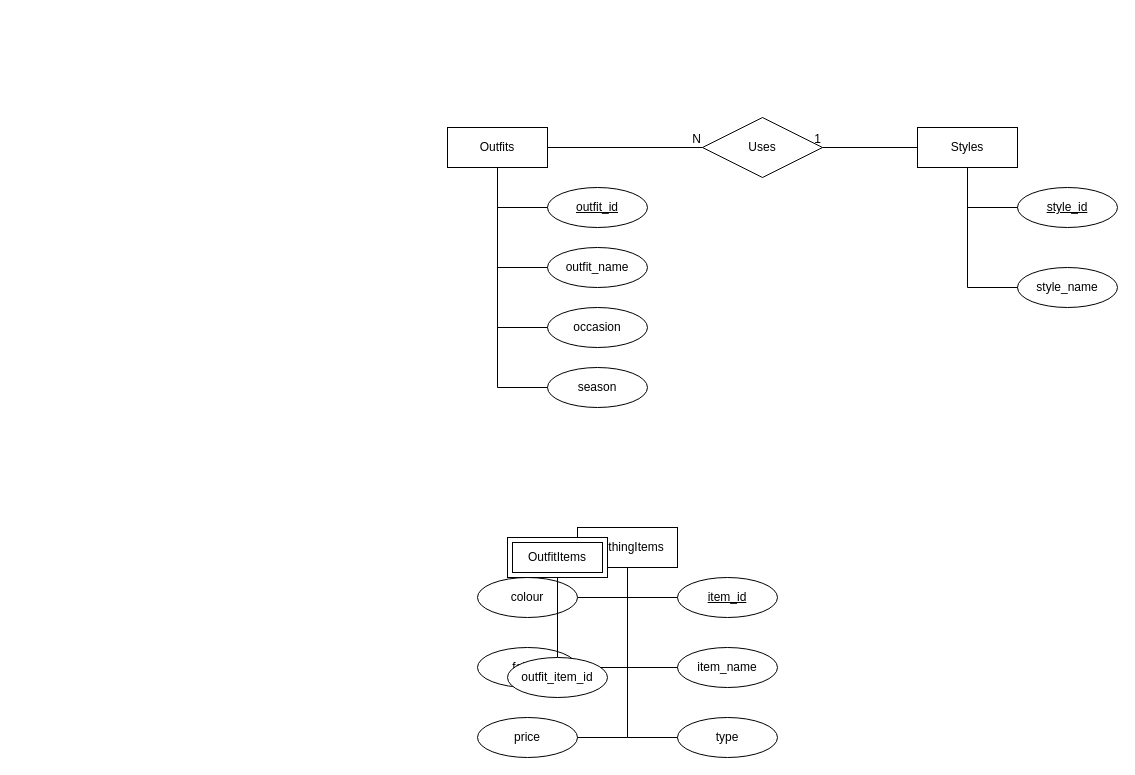
This is Untitled Diagram.drawio from dijalaanita/PYTHON-PROGAMMING, a draw.io file, before an edit. Source tidied: cells renumbered, new cells numbered last; positions are measured from the earlier drawing's top-left corner, leaving out a move shared by most shapes. Both pictures are drawn from the tidied source at 100%, with x=0, y=0 at pixel (447, 117).
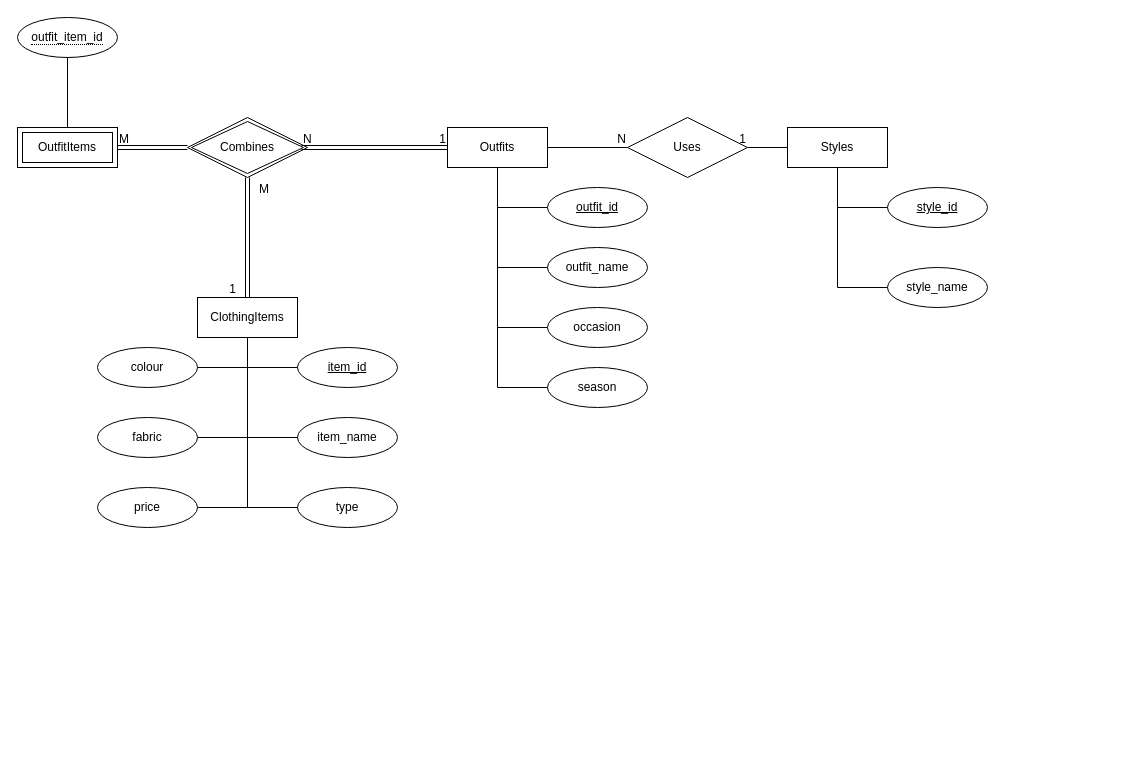
The same diagram, later.

The change refers to these unchanged cells:
```xml
<mxCell id="10" value="Outfits" style="whiteSpace=wrap;html=1;align=center;" parent="9" vertex="1">
  <mxGeometry width="100" height="40" as="geometry" />
</mxCell>
<mxCell id="21" value="ClothingItems" style="whiteSpace=wrap;html=1;align=center;" parent="20" vertex="1">
  <mxGeometry x="100" width="100" height="40" as="geometry" />
</mxCell>
```

Change to the diagram source:
```diff
@@
     <mxCell id="2" style="group;" parent="1" vertex="1">
-      <mxGeometry x="470" y="10" width="200" height="180" as="geometry" />
+      <mxGeometry x="340" y="10" width="200" height="180" as="geometry" />
     </mxCell>
@@
     <mxCell id="20" style="group;" parent="1" vertex="1">
-      <mxGeometry x="30" y="410" width="300" height="230" as="geometry" />
+      <mxGeometry x="-350" y="180" width="300" height="230" as="geometry" />
     </mxCell>
@@
-    <mxCell id="33" style="group;" parent="1" vertex="1">
-      <mxGeometry x="60" y="420" width="100" height="160" as="geometry" />
-    </mxCell>
-    <mxCell id="34" value="OutfitItems" style="shape=ext;margin=3;double=1;whiteSpace=wrap;html=1;align=center;" parent="33" vertex="1">
-      <mxGeometry width="100" height="40" as="geometry" />
-    </mxCell>
-    <mxCell id="35" style="endArrow=none;html=1;rounded=0;exitX=0.5;exitY=1;exitDx=0;exitDy=0;entryX=0.5;entryY=0;entryDx=0;entryDy=0;" parent="33" edge="1" source="34" target="36">
-      <mxGeometry relative="1" as="geometry" />
-    </mxCell>
-    <mxCell id="36" value="outfit_item_id" style="ellipse;whiteSpace=wrap;html=1;align=center;" parent="33" vertex="1">
-      <mxGeometry y="120" width="100" height="40" as="geometry" />
-    </mxCell>
     <mxCell id="37" value="Uses" style="shape=rhombus;perimeter=rhombusPerimeter;whiteSpace=wrap;html=1;align=center;" parent="1" vertex="1">
-      <mxGeometry x="255" width="120" height="60" as="geometry" />
+      <mxGeometry x="180" width="120" height="60" as="geometry" />
     </mxCell>
@@
+    <mxCell id="42" value="Combines" style="shape=rhombus;double=1;perimeter=rhombusPerimeter;whiteSpace=wrap;html=1;align=center;" parent="1" vertex="1">
+      <mxGeometry x="-260" width="120" height="60" as="geometry" />
+    </mxCell>
+    <mxCell id="43" style="shape=link;html=1;rounded=0;exitX=1;exitY=0.5;exitDx=0;exitDy=0;entryX=0;entryY=0.5;entryDx=0;entryDy=0;" parent="1" edge="1" source="34" target="42">
+      <mxGeometry relative="1" as="geometry" />
+    </mxCell>
+    <mxCell id="44" value="M" style="html=1;whiteSpace=wrap;align=left;verticalAlign=bottom;" parent="43" vertex="1">
+      <mxGeometry x="-1" relative="1" as="geometry" />
+    </mxCell>
+    <mxCell id="45" style="shape=link;html=1;rounded=0;exitX=0.95;exitY=0.5;exitDx=0;exitDy=0;exitPerimeter=0;" parent="1" edge="1" source="42" target="10">
+      <mxGeometry relative="1" as="geometry" />
+    </mxCell>
+    <mxCell id="46" value="N" style="html=1;whiteSpace=wrap;align=left;verticalAlign=bottom;" parent="45" vertex="1">
+      <mxGeometry x="-1" relative="1" as="geometry" />
+    </mxCell>
+    <mxCell id="47" value="1" style="html=1;whiteSpace=wrap;align=right;verticalAlign=bottom;" parent="45" vertex="1">
+      <mxGeometry x="1" relative="1" as="geometry" />
+    </mxCell>
+    <mxCell id="48" style="shape=link;html=1;rounded=0;exitX=0.5;exitY=1;exitDx=0;exitDy=0;entryX=0.5;entryY=0;entryDx=0;entryDy=0;" parent="1" edge="1" source="42" target="21">
+      <mxGeometry relative="1" as="geometry" />
+    </mxCell>
+    <mxCell id="49" value="M" style="html=1;whiteSpace=wrap;align=left;verticalAlign=bottom;" parent="48" vertex="1">
+      <mxGeometry x="-1" relative="1" as="geometry">
+        <mxPoint x="10" y="20" as="offset" />
+      </mxGeometry>
+    </mxCell>
+    <mxCell id="50" value="1" style="html=1;whiteSpace=wrap;align=right;verticalAlign=bottom;" parent="48" vertex="1">
+      <mxGeometry x="1" relative="1" as="geometry">
+        <mxPoint x="-10" as="offset" />
+      </mxGeometry>
+    </mxCell>
+    <mxCell id="34" value="OutfitItems" style="shape=ext;margin=3;double=1;whiteSpace=wrap;html=1;align=center;" parent="1" vertex="1">
+      <mxGeometry x="-430" y="10" width="100" height="40" as="geometry" />
+    </mxCell>
+    <mxCell id="35" style="endArrow=none;html=1;rounded=0;entryX=0.5;entryY=1;entryDx=0;entryDy=0;exitX=0.5;exitY=0;exitDx=0;exitDy=0;" parent="1" edge="1" source="34" target="36">
+      <mxGeometry relative="1" as="geometry" />
+    </mxCell>
+    <mxCell id="36" value="&lt;span style=&quot;border-bottom: 1px dotted&quot;&gt;outfit_item_id&lt;/span&gt;" style="ellipse;whiteSpace=wrap;html=1;align=center;" parent="1" vertex="1">
+      <mxGeometry x="-430" y="-100" width="100" height="40" as="geometry" />
+    </mxCell>
```
